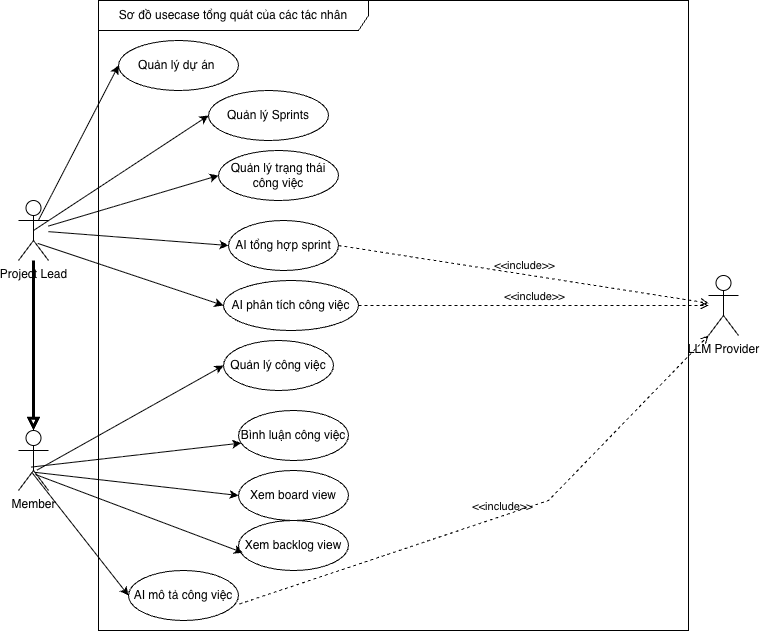
Earlier version of the draw.io export reports/dat-examples/report/images/usecase_tongquan.png (toantran292/datn). Source tidied: cells renumbered, new cells last; positions are measured from the earlier drawing's top-left corner, leaving out a move shared by most shapes.
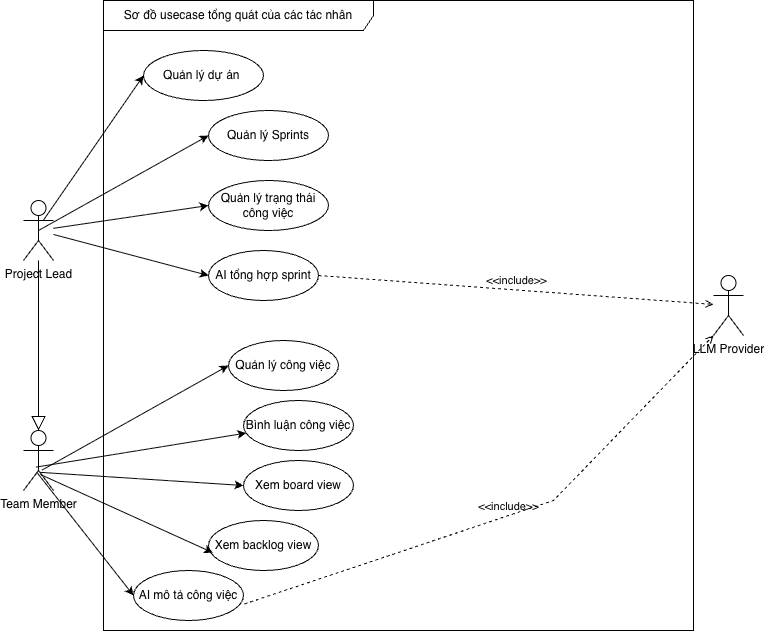
The same file after the commit.

Change to the diagram source:
```diff
@@ -6,39 +6,36 @@
       <mxGeometry x="80" width="590" height="630" as="geometry" />
     </mxCell>
     <mxCell id="3" value="Quản lý dự án&amp;nbsp;" style="ellipse;whiteSpace=wrap;html=1;" parent="2" vertex="1">
-      <mxGeometry x="20" y="40" width="120" height="50" as="geometry" />
+      <mxGeometry x="40" y="50" width="120" height="50" as="geometry" />
     </mxCell>
     <mxCell id="4" value="Quản lý Sprints" style="ellipse;whiteSpace=wrap;html=1;" parent="2" vertex="1">
-      <mxGeometry x="110" y="90" width="120" height="50" as="geometry" />
+      <mxGeometry x="105" y="110" width="120" height="50" as="geometry" />
     </mxCell>
     <mxCell id="5" value="Quản lý trạng thái công việc" style="ellipse;whiteSpace=wrap;html=1;" parent="2" vertex="1">
-      <mxGeometry x="120" y="150" width="120" height="50" as="geometry" />
+      <mxGeometry x="105" y="180" width="120" height="50" as="geometry" />
     </mxCell>
     <mxCell id="6" value="AI tổng hợp sprint" style="ellipse;whiteSpace=wrap;html=1;" parent="2" vertex="1">
-      <mxGeometry x="130" y="220" width="110" height="50" as="geometry" />
+      <mxGeometry x="105" y="250" width="110" height="50" as="geometry" />
     </mxCell>
     <mxCell id="7" value="Quản lý công việc" style="ellipse;whiteSpace=wrap;html=1;" parent="2" vertex="1">
       <mxGeometry x="125" y="340" width="110" height="50" as="geometry" />
     </mxCell>
     <mxCell id="8" value="Bình luận công việc" style="ellipse;whiteSpace=wrap;html=1;" parent="2" vertex="1">
-      <mxGeometry x="140" y="410" width="110" height="50" as="geometry" />
+      <mxGeometry x="140" y="400" width="110" height="50" as="geometry" />
     </mxCell>
     <mxCell id="9" value="Xem board view" style="ellipse;whiteSpace=wrap;html=1;" parent="2" vertex="1">
-      <mxGeometry x="140" y="470" width="110" height="50" as="geometry" />
+      <mxGeometry x="140" y="460" width="110" height="50" as="geometry" />
     </mxCell>
     <mxCell id="10" value="Xem backlog view" style="ellipse;whiteSpace=wrap;html=1;" parent="2" vertex="1">
-      <mxGeometry x="140" y="520" width="110" height="50" as="geometry" />
+      <mxGeometry x="105" y="520" width="110" height="50" as="geometry" />
     </mxCell>
-    <mxCell id="11" value="AI phân tích công việc" style="ellipse;whiteSpace=wrap;html=1;" parent="2" vertex="1">
-      <mxGeometry x="125" y="280" width="135" height="50" as="geometry" />
-    </mxCell>
     <mxCell id="12" value="AI mô tả công việc" style="ellipse;whiteSpace=wrap;html=1;" parent="2" vertex="1">
       <mxGeometry x="30" y="570" width="110" height="50" as="geometry" />
     </mxCell>
     <mxCell id="13" value="Project Lead" style="shape=umlActor;verticalLabelPosition=bottom;verticalAlign=top;html=1;" parent="1" vertex="1">
       <mxGeometry y="200" width="30" height="60" as="geometry" />
     </mxCell>
-    <mxCell id="14" value="Member" style="shape=umlActor;verticalLabelPosition=bottom;verticalAlign=top;html=1;" parent="1" vertex="1">
+    <mxCell id="14" value="Team Member" style="shape=umlActor;verticalLabelPosition=bottom;verticalAlign=top;html=1;" parent="1" vertex="1">
       <mxGeometry y="430" width="30" height="60" as="geometry" />
     </mxCell>
     <mxCell id="15" style="endArrow=classic;html=1;rounded=0;entryX=0;entryY=0.5;entryDx=0;entryDy=0;exitX=0.5;exitY=0.5;exitDx=0;exitDy=0;exitPerimeter=0;" parent="1" edge="1" source="13" target="4">
@@ -68,15 +65,9 @@
     <mxCell id="23" value="LLM Provider&lt;div&gt;&lt;br&gt;&lt;/div&gt;" style="shape=umlActor;verticalLabelPosition=bottom;verticalAlign=top;html=1;outlineConnect=0;" parent="1" vertex="1">
       <mxGeometry x="690" y="275" width="30" height="60" as="geometry" />
     </mxCell>
-    <mxCell id="24" style="endArrow=classic;html=1;rounded=0;exitX=0.642;exitY=0.715;exitDx=0;exitDy=0;exitPerimeter=0;entryX=0;entryY=0.5;entryDx=0;entryDy=0;" parent="1" edge="1" source="13" target="11">
-      <mxGeometry relative="1" as="geometry" />
-    </mxCell>
     <mxCell id="25" style="endArrow=classic;html=1;rounded=0;exitX=0.444;exitY=0.697;exitDx=0;exitDy=0;exitPerimeter=0;entryX=0;entryY=0.5;entryDx=0;entryDy=0;" parent="1" edge="1" source="14" target="12">
       <mxGeometry relative="1" as="geometry" />
     </mxCell>
-    <mxCell id="26" value="&amp;lt;&amp;lt;include&amp;gt;&amp;gt;" style="html=1;verticalAlign=bottom;labelBackgroundColor=none;endArrow=open;endFill=0;dashed=1;rounded=0;exitX=1;exitY=0.5;exitDx=0;exitDy=0;" parent="1" edge="1" source="11" target="23">
-      <mxGeometry relative="1" as="geometry" />
-    </mxCell>
     <mxCell id="27" value="&amp;lt;&amp;lt;include&amp;gt;&amp;gt;" style="html=1;verticalAlign=bottom;labelBackgroundColor=none;endArrow=open;endFill=0;dashed=1;rounded=0;exitX=1;exitY=0.5;exitDx=0;exitDy=0;" parent="1" edge="1" source="6" target="23">
       <mxGeometry relative="1" as="geometry" />
     </mxCell>
@@ -87,7 +78,7 @@
         </Array>
       </mxGeometry>
     </mxCell>
-    <mxCell id="29" style="edgeStyle=orthogonalEdgeStyle;rounded=0;jettySize=auto;html=1;entryX=0.5;entryY=0;entryDx=0;entryDy=0;entryPerimeter=0;endArrow=block;endFill=0;strokeWidth=3;" parent="1" edge="1" source="13" target="14">
+    <mxCell id="29" style="edgeStyle=none;html=1;endSize=12;endArrow=block;endFill=0;rounded=0;entryX=0.5;entryY=0;entryDx=0;entryDy=0;entryPerimeter=0;" parent="1" edge="1" source="13" target="14">
       <mxGeometry relative="1" as="geometry" />
     </mxCell>
   </root>
```
